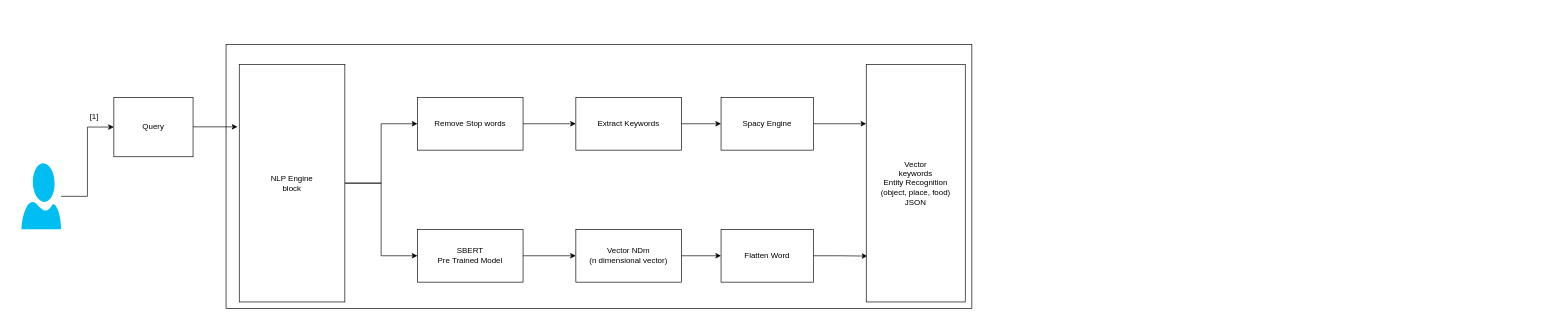
Before: searchEngine.drawio in thesourabhk/majorProjectDiagrams, a draw.io diagram. Source tidied: cells renumbered, new cells numbered last; positions are measured from the earlier drawing's top-left corner, leaving out a move shared by most shapes. Both pictures are drawn from the tidied source at 66%, with x=0, y=0 at pixel (21, 44).
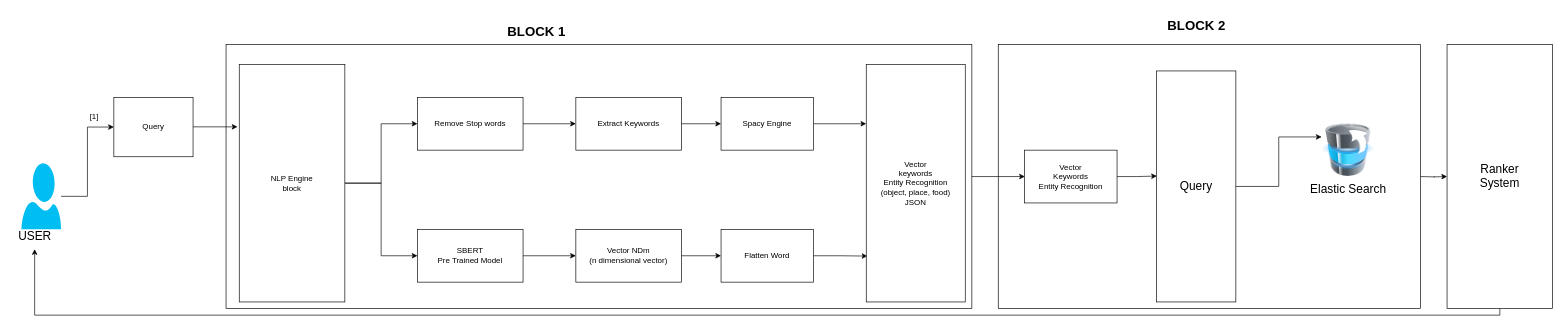
Above is the later version.

Diff of the diagram source:
```diff
@@
+    <mxCell id="24" style="edgeStyle=orthogonalEdgeStyle;rounded=0;jettySize=auto;html=1;entryX=0.063;entryY=0.5;entryDx=0;entryDy=0;entryPerimeter=0;fontSize=18;" parent="1" edge="1" source="2">
+      <mxGeometry relative="1" as="geometry">
+        <mxPoint x="1520.3" y="200" as="targetPoint" />
+      </mxGeometry>
+    </mxCell>
-    <mxCell id="2" style="rounded=0;whiteSpace=wrap;html=1;" parent="1" vertex="1">
+    <mxCell id="2" style="rounded=0;whiteSpace=wrap;html=1;fillColor=none;" parent="1" vertex="1">
       <mxGeometry x="310" width="1130" height="400" as="geometry" />
     </mxCell>
@@
+    <mxCell id="25" value="&lt;b&gt;&lt;font style=&quot;font-size: 20px;&quot;&gt;BLOCK 1&lt;/font&gt;&lt;/b&gt;" style="text;html=1;align=center;verticalAlign=middle;strokeColor=none;fillColor=none;" parent="1" vertex="1">
+      <mxGeometry x="725" y="-40" width="110" height="40" as="geometry" />
+    </mxCell>
+    <mxCell id="26" style="edgeStyle=orthogonalEdgeStyle;rounded=0;jettySize=auto;html=1;entryX=0.003;entryY=0.455;entryDx=0;entryDy=0;entryPerimeter=0;fontSize=18;" parent="1" edge="1" source="27" target="29">
+      <mxGeometry relative="1" as="geometry" />
+    </mxCell>
+    <mxCell id="27" value="Vector&lt;br&gt;Keywords&lt;br&gt;Entity Recognition" style="rounded=0;whiteSpace=wrap;html=1;fontSize=12;fillColor=default;" parent="1" vertex="1">
+      <mxGeometry x="1520" y="160" width="140" height="80" as="geometry" />
+    </mxCell>
+    <mxCell id="28" style="edgeStyle=orthogonalEdgeStyle;rounded=0;jettySize=auto;html=1;entryX=0;entryY=0.25;entryDx=0;entryDy=0;fontSize=18;" parent="1" edge="1" source="29" target="30">
+      <mxGeometry relative="1" as="geometry" />
+    </mxCell>
+    <mxCell id="29" value="&lt;font style=&quot;font-size: 18px;&quot;&gt;Query&lt;/font&gt;" style="rounded=0;whiteSpace=wrap;html=1;fontSize=12;fillColor=default;" parent="1" vertex="1">
+      <mxGeometry x="1720" y="40" width="120" height="350" as="geometry" />
+    </mxCell>
+    <mxCell id="30" style="image;html=1;image=img/lib/clip_art/computers/Database_Move_Stack_128x128.png;fontSize=18;fillColor=none;" parent="1" vertex="1">
+      <mxGeometry x="1970" y="120" width="80" height="80" as="geometry" />
+    </mxCell>
+    <mxCell id="31" value="Elastic Search&lt;br&gt;" style="text;html=1;align=center;verticalAlign=middle;strokeColor=none;fillColor=none;fontSize=18;" parent="1" vertex="1">
+      <mxGeometry x="1940" y="200" width="140" height="40" as="geometry" />
+    </mxCell>
+    <mxCell id="32" style="edgeStyle=orthogonalEdgeStyle;rounded=0;orthogonalLoop=1;jettySize=auto;html=1;fontSize=18;" parent="1" edge="1">
+      <mxGeometry relative="1" as="geometry">
+        <mxPoint x="2120" y="200" as="sourcePoint" />
+        <mxPoint x="2160" y="200" as="targetPoint" />
+      </mxGeometry>
+    </mxCell>
+    <mxCell id="33" value="&lt;b&gt;&lt;font style=&quot;font-size: 20px;&quot;&gt;BLOCK 2&lt;/font&gt;&lt;/b&gt;" style="text;html=1;align=center;verticalAlign=middle;strokeColor=none;fillColor=none;" parent="1" vertex="1">
+      <mxGeometry x="1725" y="-50" width="110" height="40" as="geometry" />
+    </mxCell>
+    <mxCell id="34" style="rounded=0;whiteSpace=wrap;html=1;fontSize=18;fillColor=none;" parent="1" vertex="1">
+      <mxGeometry x="1480" width="640" height="400" as="geometry" />
+    </mxCell>
+    <mxCell id="35" style="edgeStyle=orthogonalEdgeStyle;rounded=0;jettySize=auto;html=1;fontSize=18;" parent="1" edge="1" source="36" target="37">
+      <mxGeometry relative="1" as="geometry">
+        <Array as="points">
+          <mxPoint x="2240" y="410" />
+          <mxPoint x="20" y="410" />
+        </Array>
+      </mxGeometry>
+    </mxCell>
+    <mxCell id="36" value="Ranker&lt;br&gt;System" style="rounded=0;whiteSpace=wrap;html=1;fontSize=18;fillColor=none;" parent="1" vertex="1">
+      <mxGeometry x="2160" width="160" height="400" as="geometry" />
+    </mxCell>
+    <mxCell id="37" value="USER&lt;br&gt;" style="text;html=1;align=center;verticalAlign=middle;points=[];strokeColor=none;fillColor=none;fontSize=18;" parent="1" vertex="1">
+      <mxGeometry x="-15" y="270" width="70" height="40" as="geometry" />
+    </mxCell>
```
